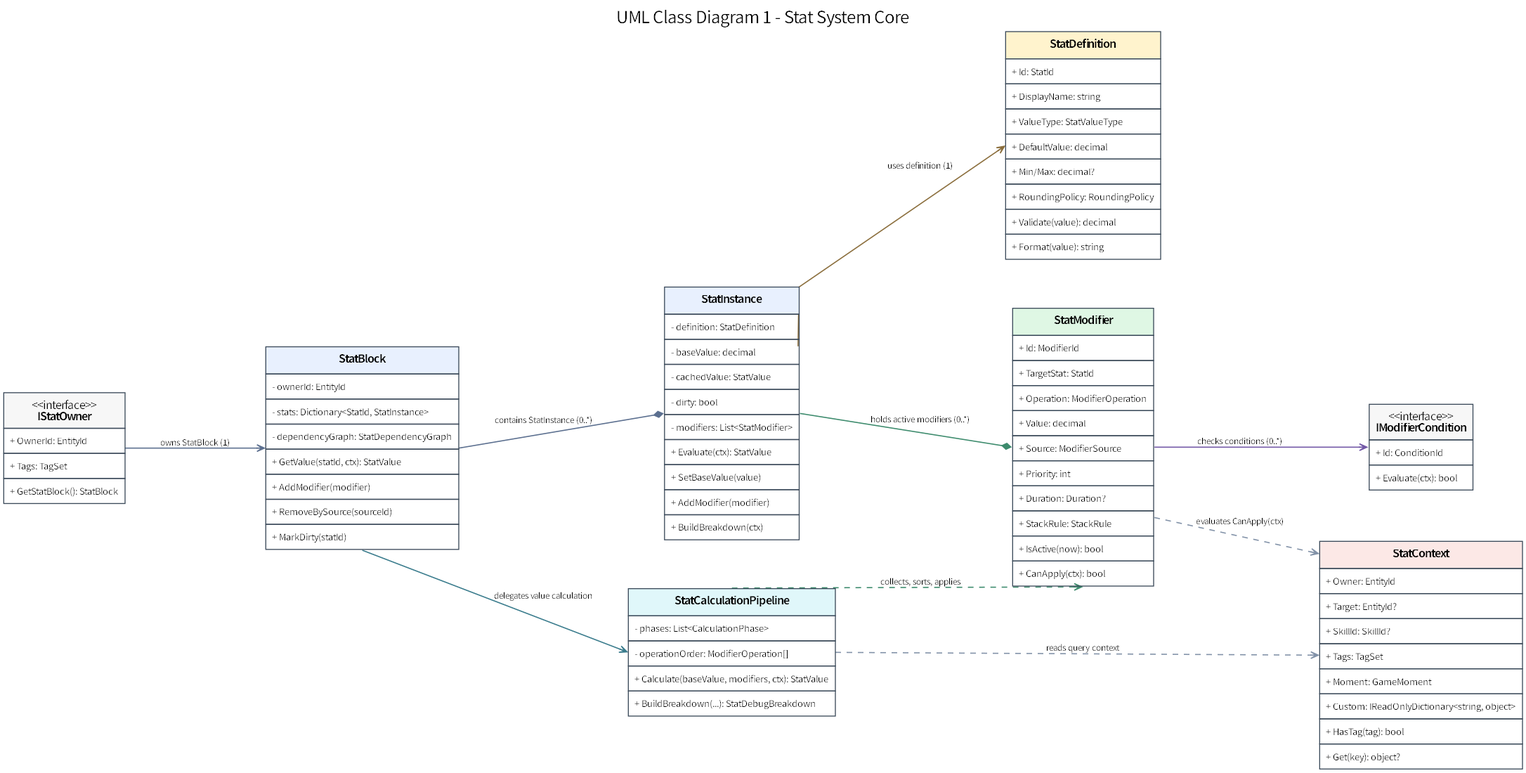
Above: assets/diagrams/01_core_class_diagram.png in JY-LemongO/game-system-framework-knowledge-site (Graphviz), before the change. Its source is kept beside it as source/diagrams/01_core_class_diagram.dot.
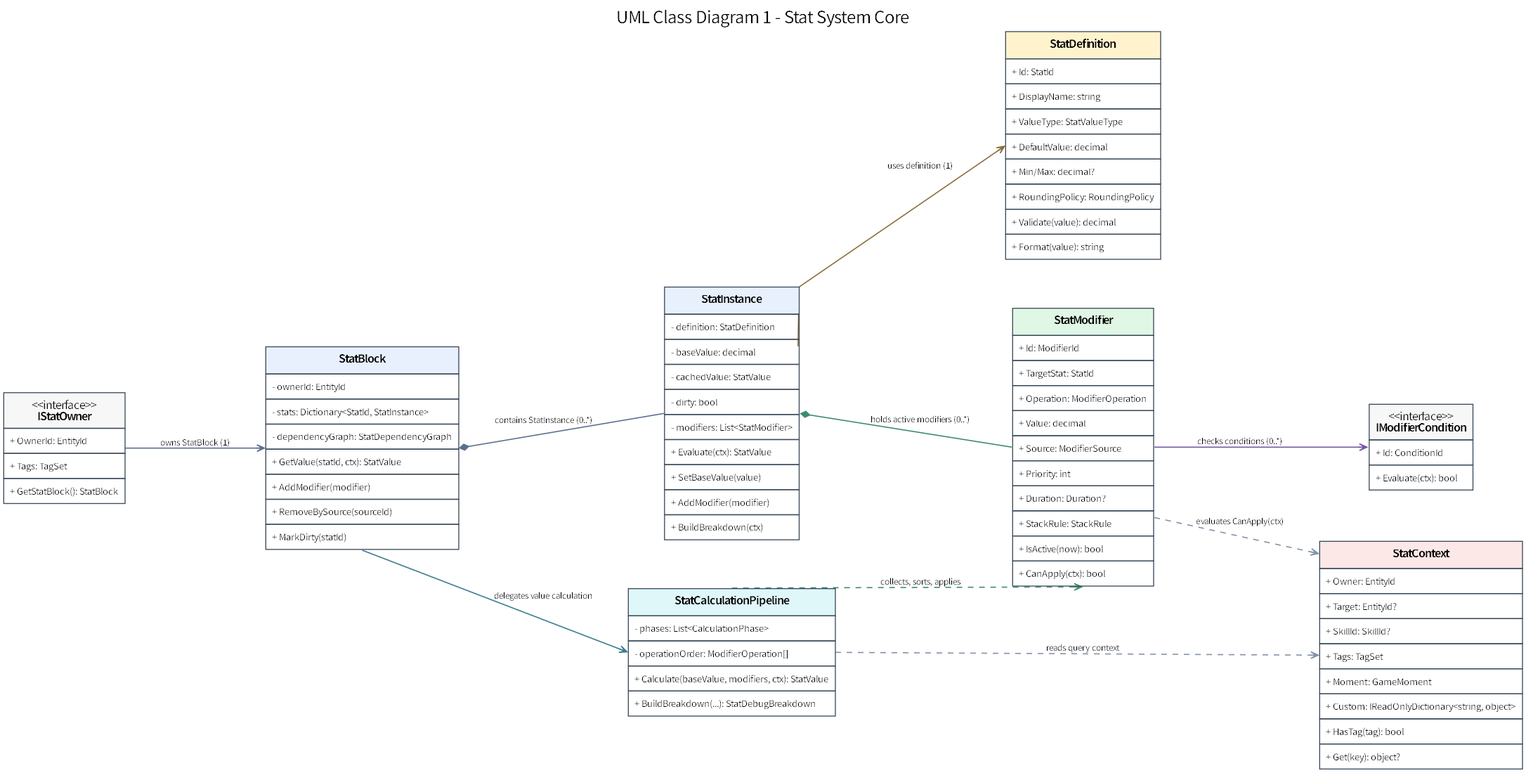
Later version of the same file.

Change to the diagram source:
```diff
@@ -59,9 +59,9 @@
 </TABLE>
 >]
 	IStatOwner:e -> StatBlock:w [label="owns StatBlock (1)" arrowhead=vee color="#5B6F8F"]
-	StatBlock:e -> StatInstance:w [label="contains StatInstance (0..*)" arrowhead=diamond color="#5B6F8F"]
+	StatBlock:e -> StatInstance:w [label="contains StatInstance (0..*)" dir=both arrowtail=diamond arrowhead=none color="#5B6F8F"]
 	StatInstance:ne -> StatDefinition:w [label="uses definition (1)" arrowhead=vee color="#8A6D3B"]
-	StatInstance:e -> StatModifier:w [label="holds active modifiers (0..*)" arrowhead=diamond color="#3D8B6D"]
+	StatInstance:e -> StatModifier:w [label="holds active modifiers (0..*)" dir=both arrowtail=diamond arrowhead=none color="#3D8B6D"]
 	StatModifier:e -> IModifierCondition:w [label="checks conditions (0..*)" arrowhead=vee color="#7257A6"]
 	StatBlock:s -> CalculationPipeline:w [label="delegates value calculation" arrowhead=vee color="#397B8C"]
 	CalculationPipeline:e -> StatContext:w [label="reads query context" arrowhead=vee color="#8292A8" style=dashed]
```
